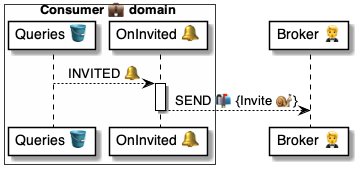
Before: 4 ⚙️ Solution/41 🎭 Domain Roles/Consumers 💼/💼🪣 Consumer tables/Invites 🗄️ table/🪣🧱 11 Invited 🔔 event/💼 OnInviteInvited ⚙️ uml.png, a diagram exported from PlantUML (pollyweb-org/pollyweb-docs). Its source is kept beside it as 4 ⚙️ Solution/41 🎭 Domain Roles/Consumers 💼/💼🪣 Consumer tables/Invites 🗄️ table/🪣🧱 11 Invited 🔔 event/💼 OnInviteInvited ⚙️ uml.puml.
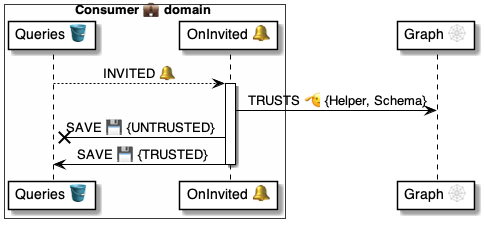
Later version of the same file.

Change to the diagram source:
```diff
@@ -4,12 +4,14 @@
     participant "Queries 🪣" as table
     participant "OnInvited 🔔" as handler
 end box
-participant "Broker 🤵" as broker
+participant "Graph 🕸" as graph
 
 table --> handler: INVITED 🔔
 
 activate handler
-    handler --> broker: SEND 📬 {Invite 🐌}
+    handler -> graph: TRUSTS 🫡 {Helper, Schema}
+    handler -x table: SAVE 💾 {UNTRUSTED}
+    handler -> table: SAVE 💾 {TRUSTED}
 deactivate handler
 
 @enduml
```
